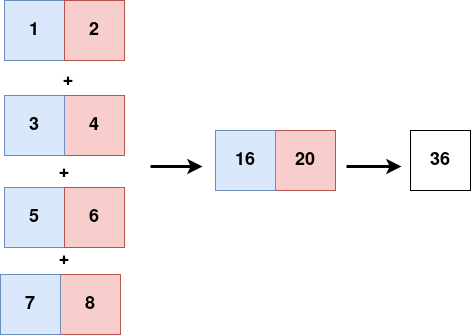
The draw.io diagram imgs/kom_reduction.png in caymand/presentations, before a commit. Source tidied: cells renumbered, new cells last; positions are measured from the earlier drawing's top-left corner, leaving out a move shared by most shapes.
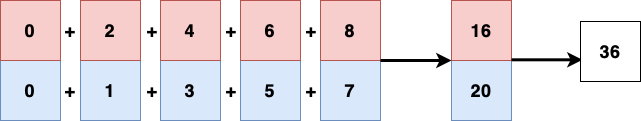
The same diagram one commit later.

The edit, as a diff of the source:
```diff
@@ -2,59 +2,77 @@
   <root>
     <mxCell id="0" />
     <mxCell id="1" parent="0" />
-    <mxCell id="2" value="1" style="whiteSpace=wrap;html=1;fillColor=#dae8fc;strokeColor=#6c8ebf;fontStyle=1;fontSize=18;" parent="1" vertex="1">
-      <mxGeometry x="4" width="60" height="60" as="geometry" />
+    <mxCell id="2" value="0" style="whiteSpace=wrap;html=1;fillColor=#dae8fc;strokeColor=#6c8ebf;fontStyle=1;fontSize=18;flipH=1;flipV=0;" parent="1" vertex="1">
+      <mxGeometry x="-1054" y="-186" width="60" height="60" as="geometry" />
     </mxCell>
-    <mxCell id="3" value="2" style="whiteSpace=wrap;html=1;fillColor=#f8cecc;strokeColor=#b85450;fontStyle=1;fontSize=18;" parent="1" vertex="1">
-      <mxGeometry x="64" width="60" height="60" as="geometry" />
+    <mxCell id="3" value="0" style="whiteSpace=wrap;html=1;fillColor=#f8cecc;strokeColor=#b85450;fontStyle=1;fontSize=18;flipH=1;flipV=0;" parent="1" vertex="1">
+      <mxGeometry x="-1054" y="-246" width="60" height="60" as="geometry" />
     </mxCell>
-    <mxCell id="4" value="4" style="whiteSpace=wrap;html=1;fillColor=#f8cecc;strokeColor=#b85450;fontStyle=1;fontSize=18;" parent="1" vertex="1">
-      <mxGeometry x="64" y="95" width="60" height="60" as="geometry" />
+    <mxCell id="4" value="1" style="whiteSpace=wrap;html=1;fillColor=#dae8fc;strokeColor=#6c8ebf;fontStyle=1;fontSize=18;flipH=1;flipV=0;" parent="1" vertex="1">
+      <mxGeometry x="-974" y="-186" width="60" height="60" as="geometry" />
     </mxCell>
-    <mxCell id="5" value="3" style="whiteSpace=wrap;html=1;fillColor=#dae8fc;strokeColor=#6c8ebf;fontStyle=1;fontSize=18;" parent="1" vertex="1">
-      <mxGeometry x="4" y="95" width="60" height="60" as="geometry" />
+    <mxCell id="5" value="2" style="whiteSpace=wrap;html=1;fillColor=#f8cecc;strokeColor=#b85450;fontStyle=1;fontSize=18;flipH=1;flipV=0;" parent="1" vertex="1">
+      <mxGeometry x="-974" y="-246" width="60" height="60" as="geometry" />
     </mxCell>
-    <mxCell id="6" value="5" style="whiteSpace=wrap;html=1;fillColor=#dae8fc;strokeColor=#6c8ebf;fontStyle=1;fontSize=18;" parent="1" vertex="1">
-      <mxGeometry x="4" y="187" width="60" height="60" as="geometry" />
+    <mxCell id="6" value="3" style="whiteSpace=wrap;html=1;fillColor=#dae8fc;strokeColor=#6c8ebf;fontStyle=1;fontSize=18;flipH=1;flipV=0;" parent="1" vertex="1">
+      <mxGeometry x="-894" y="-186" width="60" height="60" as="geometry" />
     </mxCell>
-    <mxCell id="7" value="6" style="whiteSpace=wrap;html=1;fillColor=#f8cecc;strokeColor=#b85450;fontStyle=1;fontSize=18;" parent="1" vertex="1">
-      <mxGeometry x="64" y="187" width="60" height="60" as="geometry" />
+    <mxCell id="7" value="4" style="whiteSpace=wrap;html=1;fillColor=#f8cecc;strokeColor=#b85450;fontStyle=1;fontSize=18;flipH=1;flipV=0;" parent="1" vertex="1">
+      <mxGeometry x="-894" y="-246" width="60" height="60" as="geometry" />
     </mxCell>
-    <mxCell id="8" value="8" style="whiteSpace=wrap;html=1;fillColor=#f8cecc;strokeColor=#b85450;fontStyle=1;fontSize=18;" parent="1" vertex="1">
-      <mxGeometry x="60" y="274" width="60" height="60" as="geometry" />
+    <mxCell id="8" value="5" style="whiteSpace=wrap;html=1;fillColor=#dae8fc;strokeColor=#6c8ebf;fontStyle=1;fontSize=18;flipH=1;flipV=0;" parent="1" vertex="1">
+      <mxGeometry x="-814" y="-186" width="60" height="60" as="geometry" />
     </mxCell>
-    <mxCell id="9" value="7" style="whiteSpace=wrap;html=1;fillColor=#dae8fc;strokeColor=#6c8ebf;fontStyle=1;fontSize=18;" parent="1" vertex="1">
-      <mxGeometry y="274" width="60" height="60" as="geometry" />
+    <mxCell id="9" value="6" style="whiteSpace=wrap;html=1;fillColor=#f8cecc;strokeColor=#b85450;fontStyle=1;fontSize=18;flipH=1;flipV=0;" parent="1" vertex="1">
+      <mxGeometry x="-814" y="-246" width="60" height="60" as="geometry" />
     </mxCell>
-    <mxCell id="10" value="+" style="text;html=1;strokeColor=none;fillColor=none;align=center;verticalAlign=middle;whiteSpace=wrap;rounded=0;fontSize=18;fontStyle=1;" parent="1" vertex="1">
-      <mxGeometry x="34" y="157" width="60" height="30" as="geometry" />
+    <mxCell id="10" value="7" style="whiteSpace=wrap;html=1;fillColor=#dae8fc;strokeColor=#6c8ebf;fontStyle=1;fontSize=18;flipH=1;flipV=0;" parent="1" vertex="1">
+      <mxGeometry x="-734" y="-186" width="60" height="60" as="geometry" />
     </mxCell>
-    <mxCell id="11" value="+" style="text;html=1;strokeColor=none;fillColor=none;align=center;verticalAlign=middle;whiteSpace=wrap;rounded=0;fontSize=18;fontStyle=1;" parent="1" vertex="1">
-      <mxGeometry x="38" y="65" width="60" height="30" as="geometry" />
+    <mxCell id="11" value="8" style="whiteSpace=wrap;html=1;fillColor=#f8cecc;strokeColor=#b85450;fontStyle=1;fontSize=18;flipH=1;flipV=0;" parent="1" vertex="1">
+      <mxGeometry x="-734" y="-246" width="60" height="60" as="geometry" />
     </mxCell>
     <mxCell id="12" value="+" style="text;html=1;strokeColor=none;fillColor=none;align=center;verticalAlign=middle;whiteSpace=wrap;rounded=0;fontSize=18;fontStyle=1;" parent="1" vertex="1">
-      <mxGeometry x="34" y="244" width="60" height="30" as="geometry" />
+      <mxGeometry x="-1014" y="-231" width="60" height="30" as="geometry" />
     </mxCell>
-    <mxCell id="13" style="endArrow=classic;html=1;rounded=0;fontSize=18;strokeWidth=3;fontStyle=1;" parent="1" edge="1">
-      <mxGeometry relative="1" as="geometry">
-        <mxPoint x="150" y="166" as="sourcePoint" />
-        <mxPoint x="202" y="166" as="targetPoint" />
-      </mxGeometry>
+    <mxCell id="13" value="+" style="text;html=1;strokeColor=none;fillColor=none;align=center;verticalAlign=middle;whiteSpace=wrap;rounded=0;fontSize=18;fontStyle=1;" parent="1" vertex="1">
+      <mxGeometry x="-1014" y="-171" width="60" height="30" as="geometry" />
     </mxCell>
-    <mxCell id="14" value="20" style="whiteSpace=wrap;html=1;fillColor=#f8cecc;strokeColor=#b85450;fontStyle=1;fontSize=18;" parent="1" vertex="1">
-      <mxGeometry x="275" y="130" width="60" height="60" as="geometry" />
+    <mxCell id="14" value="+" style="text;html=1;strokeColor=none;fillColor=none;align=center;verticalAlign=middle;whiteSpace=wrap;rounded=0;fontSize=18;fontStyle=1;" parent="1" vertex="1">
+      <mxGeometry x="-932" y="-231" width="60" height="30" as="geometry" />
     </mxCell>
-    <mxCell id="15" value="16" style="whiteSpace=wrap;html=1;fillColor=#dae8fc;strokeColor=#6c8ebf;fontStyle=1;fontSize=18;" parent="1" vertex="1">
-      <mxGeometry x="215" y="130" width="60" height="60" as="geometry" />
+    <mxCell id="15" value="+" style="text;html=1;strokeColor=none;fillColor=none;align=center;verticalAlign=middle;whiteSpace=wrap;rounded=0;fontSize=18;fontStyle=1;" parent="1" vertex="1">
+      <mxGeometry x="-932" y="-171" width="60" height="30" as="geometry" />
     </mxCell>
-    <mxCell id="16" style="endArrow=classic;html=1;rounded=0;fontSize=18;strokeWidth=3;fontStyle=1;" parent="1" edge="1">
-      <mxGeometry relative="1" as="geometry">
-        <mxPoint x="346" y="166" as="sourcePoint" />
-        <mxPoint x="401" y="166" as="targetPoint" />
-      </mxGeometry>
+    <mxCell id="16" value="+" style="text;html=1;strokeColor=none;fillColor=none;align=center;verticalAlign=middle;whiteSpace=wrap;rounded=0;fontSize=18;fontStyle=1;" parent="1" vertex="1">
+      <mxGeometry x="-853" y="-231" width="60" height="30" as="geometry" />
     </mxCell>
-    <mxCell id="17" value="36" style="whiteSpace=wrap;html=1;fontStyle=1;fontSize=18;" parent="1" vertex="1">
-      <mxGeometry x="410" y="130" width="60" height="60" as="geometry" />
+    <mxCell id="17" value="+" style="text;html=1;strokeColor=none;fillColor=none;align=center;verticalAlign=middle;whiteSpace=wrap;rounded=0;fontSize=18;fontStyle=1;" parent="1" vertex="1">
+      <mxGeometry x="-853" y="-171" width="60" height="30" as="geometry" />
     </mxCell>
+    <mxCell id="18" value="+" style="text;html=1;strokeColor=none;fillColor=none;align=center;verticalAlign=middle;whiteSpace=wrap;rounded=0;fontSize=18;fontStyle=1;" parent="1" vertex="1">
+      <mxGeometry x="-773" y="-231" width="60" height="30" as="geometry" />
+    </mxCell>
+    <mxCell id="19" value="+" style="text;html=1;strokeColor=none;fillColor=none;align=center;verticalAlign=middle;whiteSpace=wrap;rounded=0;fontSize=18;fontStyle=1;" parent="1" vertex="1">
+      <mxGeometry x="-773" y="-171" width="60" height="30" as="geometry" />
+    </mxCell>
+    <mxCell id="20" value="20" style="whiteSpace=wrap;html=1;fillColor=#dae8fc;strokeColor=#6c8ebf;fontStyle=1;fontSize=18;flipH=1;flipV=0;" parent="1" vertex="1">
+      <mxGeometry x="-603" y="-186" width="60" height="60" as="geometry" />
+    </mxCell>
+    <mxCell id="21" value="16" style="whiteSpace=wrap;html=1;fillColor=#f8cecc;strokeColor=#b85450;fontStyle=1;fontSize=18;flipH=1;flipV=0;" parent="1" vertex="1">
+      <mxGeometry x="-603" y="-246" width="60" height="60" as="geometry" />
+    </mxCell>
+    <mxCell id="22" style="endArrow=classic;html=1;rounded=0;fontSize=18;strokeWidth=3;fontStyle=1;entryX=0;entryY=0;entryDx=0;entryDy=0;exitX=1;exitY=1;exitDx=0;exitDy=0;" parent="1" edge="1" source="11" target="20">
+      <mxGeometry relative="1" as="geometry" />
+    </mxCell>
+    <mxCell id="23" style="endArrow=classic;html=1;rounded=0;fontSize=18;strokeWidth=3;fontStyle=1;entryX=0;entryY=0;entryDx=0;entryDy=0;exitX=1;exitY=1;exitDx=0;exitDy=0;" parent="1" edge="1">
+      <mxGeometry relative="1" as="geometry">
+        <mxPoint x="-543" y="-186.7" as="sourcePoint" />
+        <mxPoint x="-472" y="-186.7" as="targetPoint" />
+      </mxGeometry>
+    </mxCell>
+    <mxCell id="24" value="36" style="whiteSpace=wrap;html=1;fontStyle=1;fontSize=18;flipH=1;flipV=0;" parent="1" vertex="1">
+      <mxGeometry x="-474" y="-225" width="60" height="60" as="geometry" />
+    </mxCell>
   </root>
 </mxGraphModel>
```
